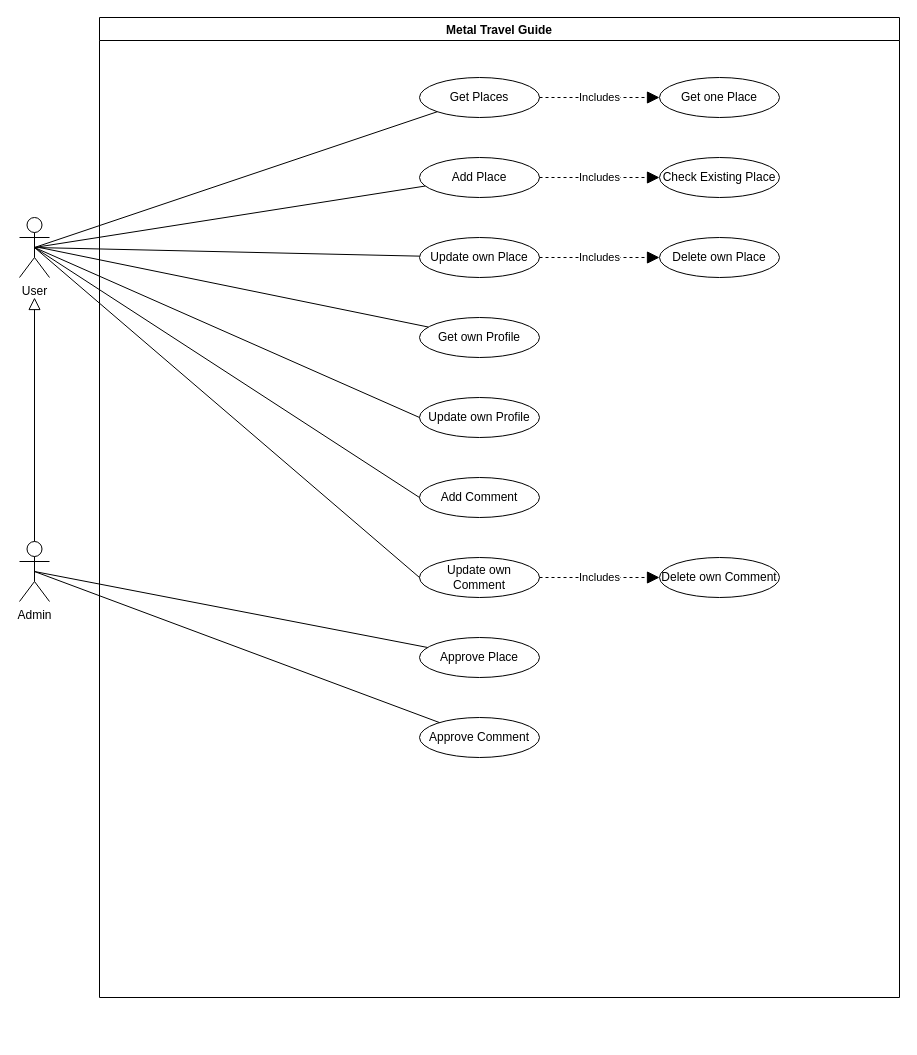
Before: uml_case_diagram.drawio in peppecuci/metaltravelguide, a draw.io diagram. Source tidied: cells renumbered, new cells numbered last; positions are measured from the earlier drawing's top-left corner, leaving out a move shared by most shapes. Both pictures are drawn from the tidied source at 100%, with x=0, y=0 at pixel (19, 17).
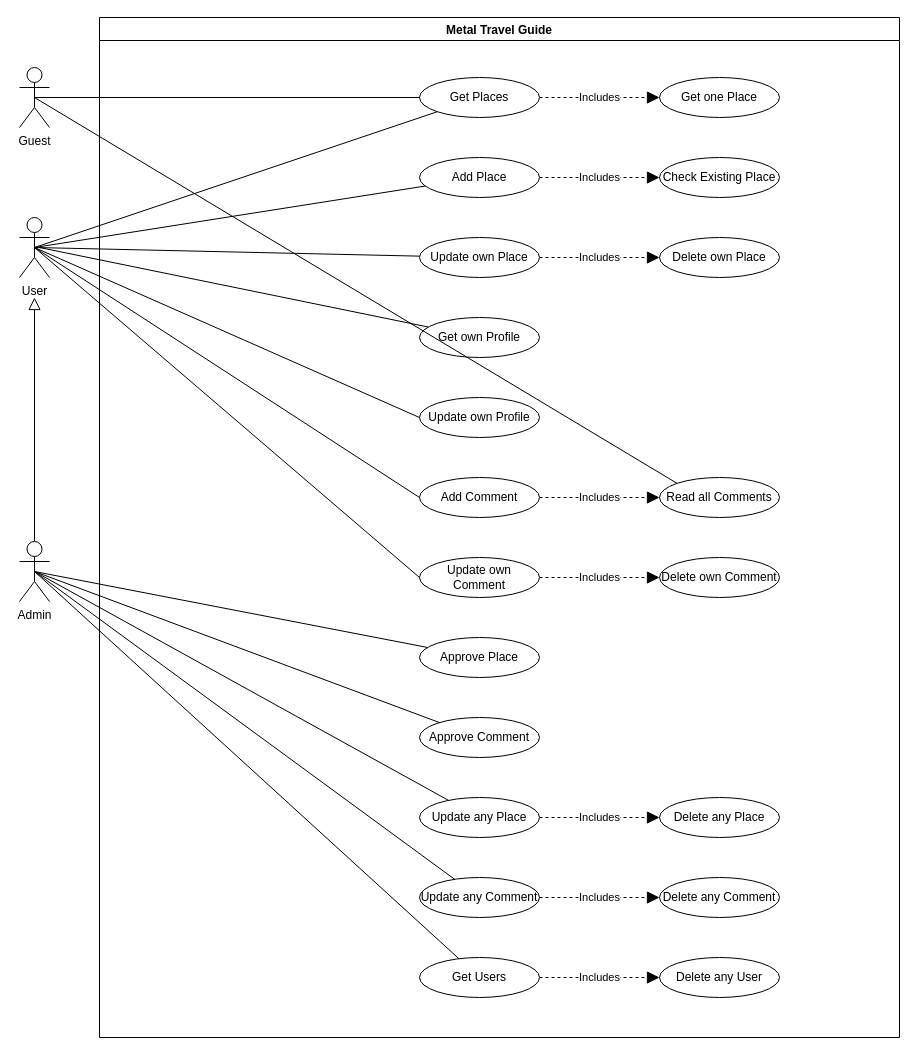
The same diagram, later.

The change refers to these unchanged cells:
```xml
<mxCell id="3" value="Admin" style="shape=umlActor;verticalLabelPosition=bottom;verticalAlign=top;html=1;outlineConnect=0;" parent="1" vertex="1">
  <mxGeometry y="524" width="30" height="60" as="geometry" />
</mxCell>
<mxCell id="8" value="Get Places" style="ellipse;whiteSpace=wrap;html=1;" parent="4" vertex="1">
  <mxGeometry x="320" y="60" width="120" height="40" as="geometry" />
</mxCell>
<mxCell id="17" value="Add Comment" style="ellipse;whiteSpace=wrap;html=1;" parent="4" vertex="1">
  <mxGeometry x="320" y="460" width="120" height="40" as="geometry" />
</mxCell>
```

What changed in the source:
```diff
@@
     <mxCell id="4" value="Metal Travel Guide" style="swimlane;" parent="1" vertex="1">
-      <mxGeometry x="80" width="800" height="980" as="geometry" />
+      <mxGeometry x="80" width="800" height="1020" as="geometry" />
     </mxCell>
@@
+    <mxCell id="32" value="Update any Place" style="ellipse;whiteSpace=wrap;html=1;" parent="4" vertex="1">
+      <mxGeometry x="320" y="780" width="120" height="40" as="geometry" />
+    </mxCell>
+    <mxCell id="33" value="Delete any Place" style="ellipse;whiteSpace=wrap;html=1;" parent="4" vertex="1">
+      <mxGeometry x="560" y="780" width="120" height="40" as="geometry" />
+    </mxCell>
+    <mxCell id="34" value="Includes" style="endArrow=block;endSize=10;endFill=1;html=1;rounded=0;strokeWidth=1;startSize=10;dashed=1;startArrow=none;exitX=1;exitY=0.5;exitDx=0;exitDy=0;entryX=0;entryY=0.5;entryDx=0;entryDy=0;" parent="4" edge="1" source="32" target="33">
+      <mxGeometry relative="1" as="geometry" />
+    </mxCell>
+    <mxCell id="35" value="Get Users" style="ellipse;whiteSpace=wrap;html=1;" parent="4" vertex="1">
+      <mxGeometry x="320" y="940" width="120" height="40" as="geometry" />
+    </mxCell>
+    <mxCell id="36" value="Delete any User" style="ellipse;whiteSpace=wrap;html=1;" parent="4" vertex="1">
+      <mxGeometry x="560" y="940" width="120" height="40" as="geometry" />
+    </mxCell>
+    <mxCell id="37" value="Includes" style="endArrow=block;endSize=10;endFill=1;html=1;rounded=0;strokeWidth=1;startSize=10;dashed=1;startArrow=none;exitX=1;exitY=0.5;exitDx=0;exitDy=0;" parent="4" edge="1" source="35" target="36">
+      <mxGeometry relative="1" as="geometry" />
+    </mxCell>
+    <mxCell id="38" value="Update any Comment" style="ellipse;whiteSpace=wrap;html=1;" parent="4" vertex="1">
+      <mxGeometry x="320" y="860" width="120" height="40" as="geometry" />
+    </mxCell>
+    <mxCell id="39" value="Delete any Comment" style="ellipse;whiteSpace=wrap;html=1;" parent="4" vertex="1">
+      <mxGeometry x="560" y="860" width="120" height="40" as="geometry" />
+    </mxCell>
+    <mxCell id="40" value="Includes" style="endArrow=block;endSize=10;endFill=1;html=1;rounded=0;strokeWidth=1;startSize=10;dashed=1;startArrow=none;exitX=1;exitY=0.5;exitDx=0;exitDy=0;entryX=0;entryY=0.5;entryDx=0;entryDy=0;" parent="4" edge="1" source="38" target="39">
+      <mxGeometry relative="1" as="geometry" />
+    </mxCell>
+    <mxCell id="41" value="Read all Comments" style="ellipse;whiteSpace=wrap;html=1;" parent="4" vertex="1">
+      <mxGeometry x="560" y="460" width="120" height="40" as="geometry" />
+    </mxCell>
+    <mxCell id="42" value="Includes" style="endArrow=block;endSize=10;endFill=1;html=1;rounded=0;strokeWidth=1;startSize=10;dashed=1;startArrow=none;exitX=1;exitY=0.5;exitDx=0;exitDy=0;" parent="4" edge="1" source="17" target="41">
+      <mxGeometry relative="1" as="geometry" />
+    </mxCell>
@@
+    <mxCell id="43" value="Guest" style="shape=umlActor;verticalLabelPosition=bottom;verticalAlign=top;html=1;outlineConnect=0;" parent="1" vertex="1">
+      <mxGeometry y="50" width="30" height="60" as="geometry" />
+    </mxCell>
+    <mxCell id="44" style="endArrow=none;html=1;rounded=0;" parent="1" edge="1" source="8">
+      <mxGeometry relative="1" as="geometry">
+        <mxPoint x="15" y="80" as="targetPoint" />
+      </mxGeometry>
+    </mxCell>
+    <mxCell id="45" style="endArrow=none;html=1;rounded=0;exitX=0.5;exitY=0.5;exitDx=0;exitDy=0;exitPerimeter=0;" parent="1" edge="1" source="3" target="35">
+      <mxGeometry relative="1" as="geometry" />
+    </mxCell>
+    <mxCell id="46" style="endArrow=none;html=1;rounded=0;exitX=0.5;exitY=0.5;exitDx=0;exitDy=0;exitPerimeter=0;" parent="1" edge="1" source="3" target="38">
+      <mxGeometry relative="1" as="geometry" />
+    </mxCell>
+    <mxCell id="47" style="endArrow=none;html=1;rounded=0;exitX=0.5;exitY=0.5;exitDx=0;exitDy=0;exitPerimeter=0;" parent="1" edge="1" source="3" target="32">
+      <mxGeometry relative="1" as="geometry" />
+    </mxCell>
+    <mxCell id="48" style="endArrow=none;html=1;rounded=0;exitX=0;exitY=0;exitDx=0;exitDy=0;entryX=0.5;entryY=0.5;entryDx=0;entryDy=0;entryPerimeter=0;" parent="1" edge="1" source="41" target="43">
+      <mxGeometry relative="1" as="geometry" />
+    </mxCell>
```
